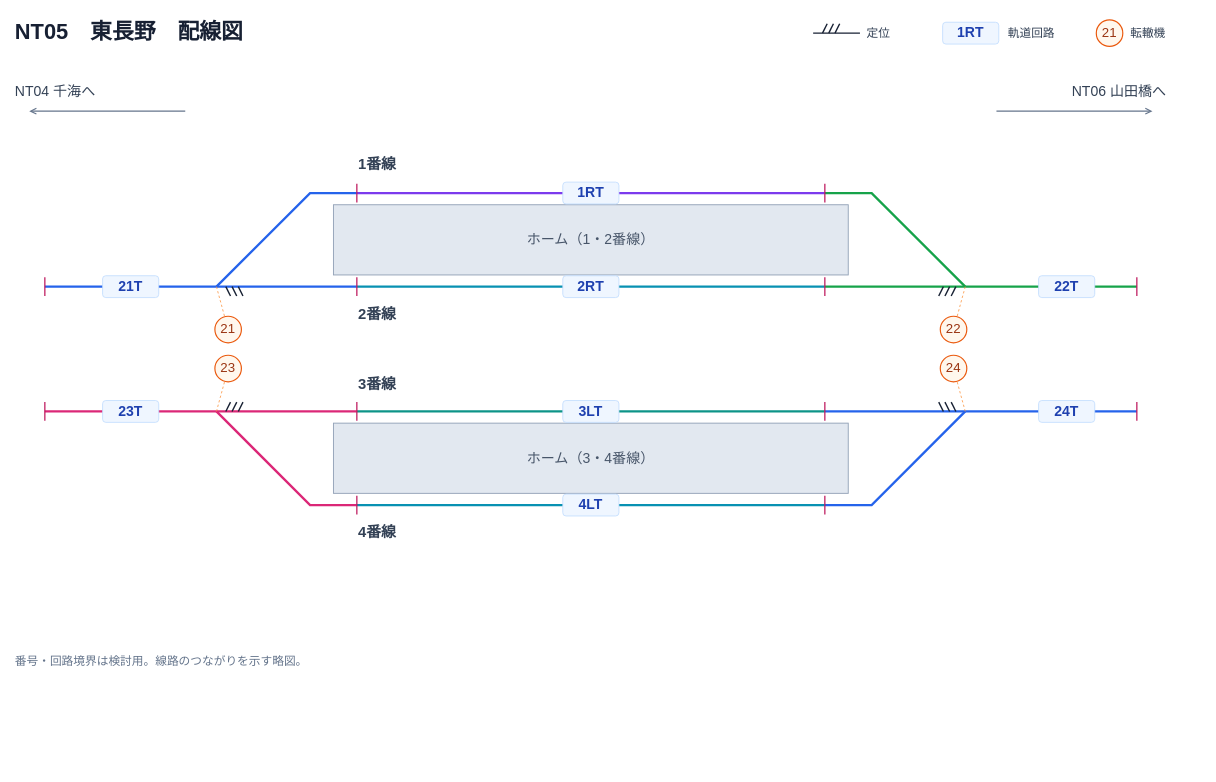
neko3141592/Nakatetsu keeps this draw.io diagram as Documentation/Track/NtLine/Wiring/Stations/NT05配線図.drawio. Above is the earlier version. Source tidied: cells renumbered, new cells numbered last; positions are measured from the earlier drawing's top-left corner, leaving out a move shared by most shapes. Both pictures are drawn from the tidied source at 78%, with x=0, y=0 at pixel (13, 13).
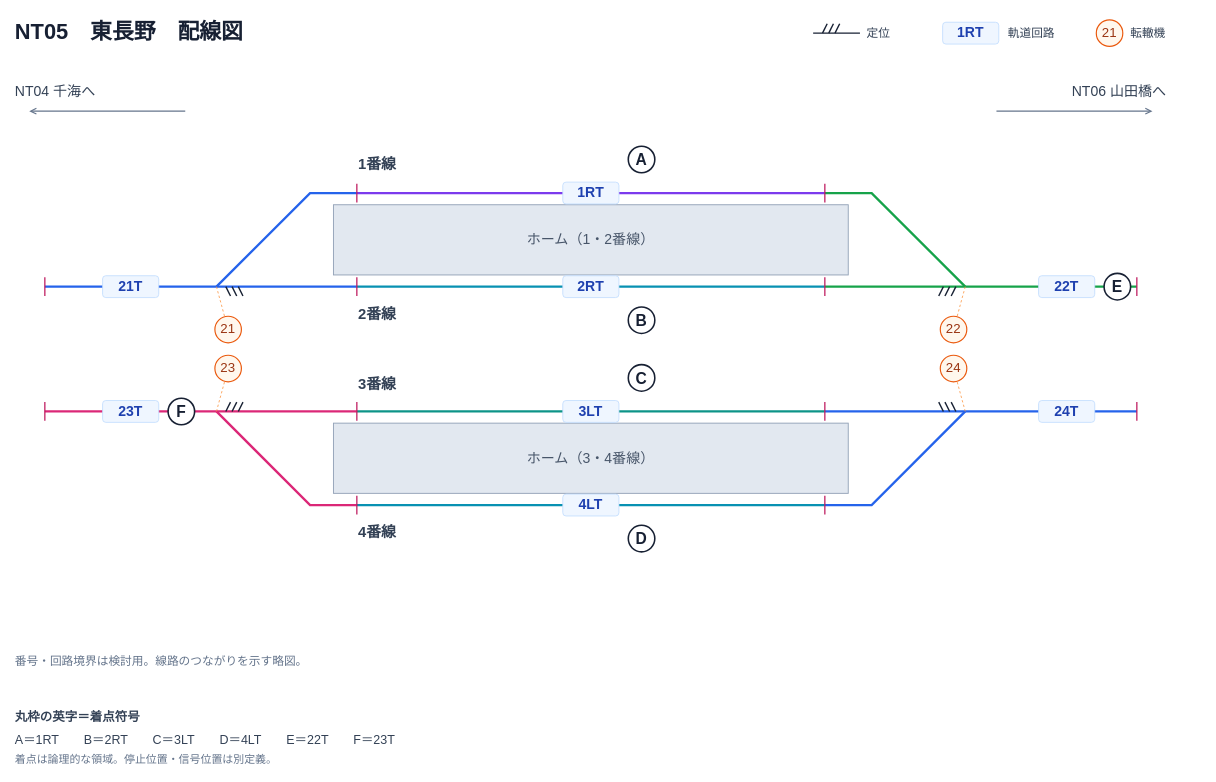
After the change.

What changed in the source:
```diff
@@
+    <mxCell id="80" value="B" style="ellipse;html=0;whiteSpace=wrap;fillColor=#ffffff;strokeColor=#172033;strokeWidth=2;fontFamily=Hiragino Sans;fontSize=20;fontColor=#172033;fontStyle=1;align=center;verticalAlign=middle;" parent="1" vertex="1">
+      <mxGeometry x="788" y="376" width="34" height="34" as="geometry" />
+    </mxCell>
+    <mxCell id="81" value="E" style="ellipse;html=0;whiteSpace=wrap;fillColor=#ffffff;strokeColor=#172033;strokeWidth=2;fontFamily=Hiragino Sans;fontSize=20;fontColor=#172033;fontStyle=1;align=center;verticalAlign=middle;" parent="1" vertex="1">
+      <mxGeometry x="1398" y="333" width="34" height="34" as="geometry" />
+    </mxCell>
+    <mxCell id="82" value="A" style="ellipse;html=0;whiteSpace=wrap;fillColor=#ffffff;strokeColor=#172033;strokeWidth=2;fontFamily=Hiragino Sans;fontSize=20;fontColor=#172033;fontStyle=1;align=center;verticalAlign=middle;" parent="1" vertex="1">
+      <mxGeometry x="788" y="170" width="34" height="34" as="geometry" />
+    </mxCell>
+    <mxCell id="83" value="F" style="ellipse;html=0;whiteSpace=wrap;fillColor=#ffffff;strokeColor=#172033;strokeWidth=2;fontFamily=Hiragino Sans;fontSize=20;fontColor=#172033;fontStyle=1;align=center;verticalAlign=middle;" parent="1" vertex="1">
+      <mxGeometry x="198" y="493" width="34" height="34" as="geometry" />
+    </mxCell>
+    <mxCell id="84" value="C" style="ellipse;html=0;whiteSpace=wrap;fillColor=#ffffff;strokeColor=#172033;strokeWidth=2;fontFamily=Hiragino Sans;fontSize=20;fontColor=#172033;fontStyle=1;align=center;verticalAlign=middle;" parent="1" vertex="1">
+      <mxGeometry x="788" y="450" width="34" height="34" as="geometry" />
+    </mxCell>
+    <mxCell id="85" value="D" style="ellipse;html=0;whiteSpace=wrap;fillColor=#ffffff;strokeColor=#172033;strokeWidth=2;fontFamily=Hiragino Sans;fontSize=20;fontColor=#172033;fontStyle=1;align=center;verticalAlign=middle;" parent="1" vertex="1">
+      <mxGeometry x="788" y="656" width="34" height="34" as="geometry" />
+    </mxCell>
+    <mxCell id="86" value="丸枠の英字＝着点符号" style="text;html=0;whiteSpace=wrap;strokeColor=none;fillColor=none;align=left;verticalAlign=middle;fontFamily=Hiragino Sans;fontSize=16;fontColor=#334155;fontStyle=1;" parent="1" vertex="1">
+      <mxGeometry y="888" width="1480" height="26" as="geometry" />
+    </mxCell>
+    <mxCell id="87" value="A＝1RT　　B＝2RT　　C＝3LT　　D＝4LT　　E＝22T　　F＝23T" style="text;html=0;whiteSpace=wrap;strokeColor=none;fillColor=none;align=left;verticalAlign=middle;fontFamily=Hiragino Sans;fontSize=16;fontColor=#334155;" parent="1" vertex="1">
+      <mxGeometry y="918" width="1480" height="26" as="geometry" />
+    </mxCell>
+    <mxCell id="88" value="着点は論理的な領域。停止位置・信号位置は別定義。" style="text;html=0;whiteSpace=wrap;strokeColor=none;fillColor=none;align=left;verticalAlign=middle;fontFamily=Hiragino Sans;fontSize=16;fontColor=#334155;fontSize=14;fontColor=#64748b;" parent="1" vertex="1">
+      <mxGeometry y="944" width="1480" height="24" as="geometry" />
+    </mxCell>
```
